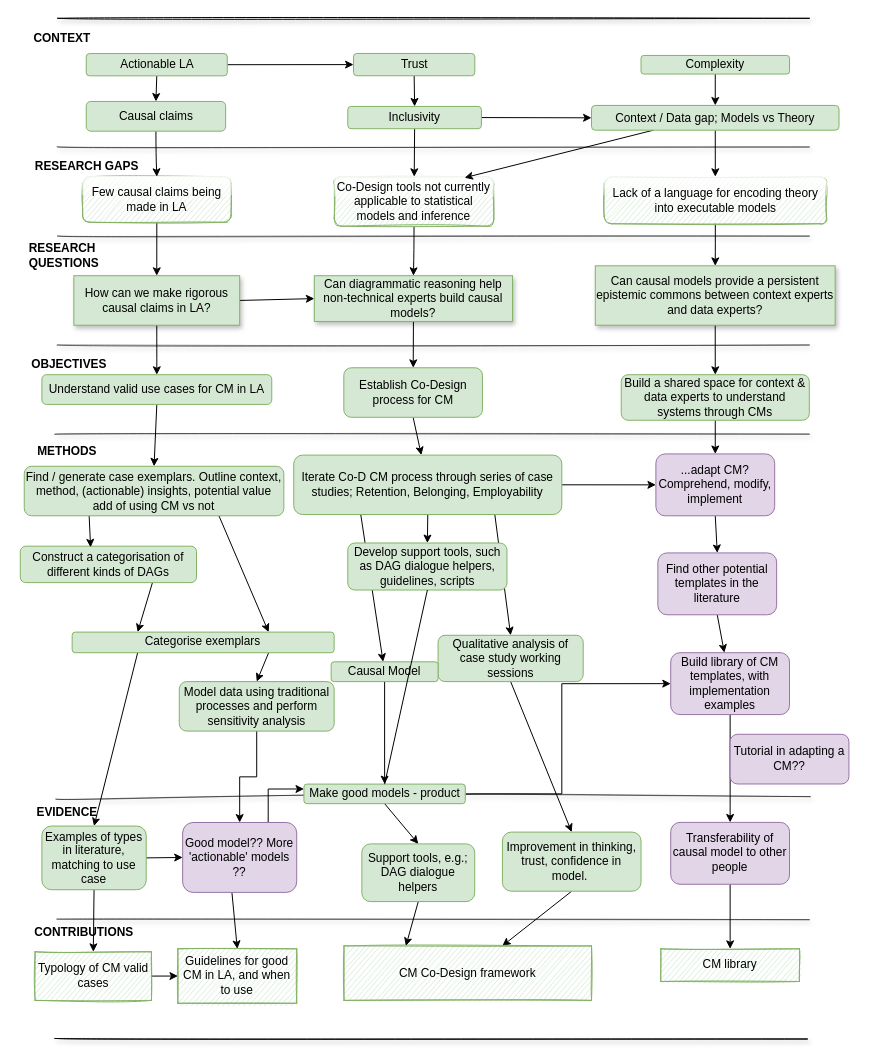
Earlier version of the draw.io diagram page "Page-6" (6 of 6) of Thesis diagram.drawio (benwhicks/phd). Source tidied: cells renumbered, new cells numbered last; positions are measured from the earlier drawing's top-left corner, leaving out a move shared by most shapes. Both pictures are drawn from the tidied source at 99%, with x=0, y=0 at pixel (20, 18).
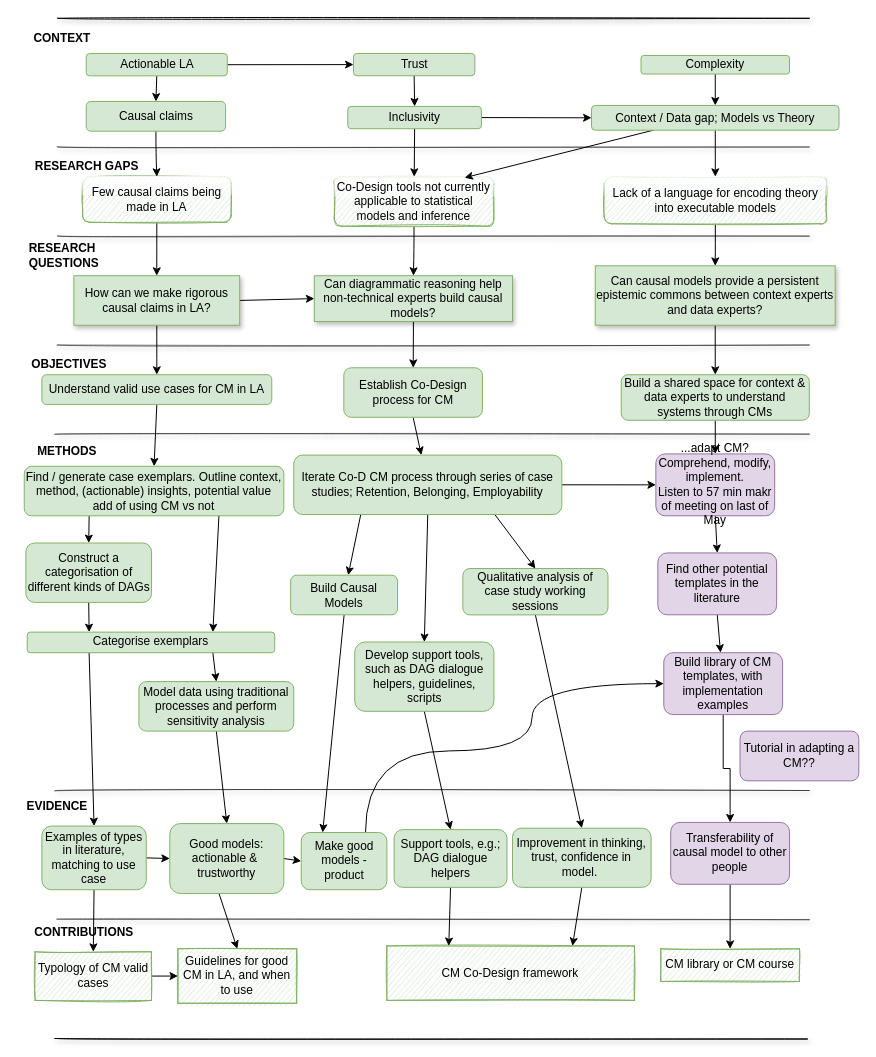
The same diagram, later.

Unchanged cells that the change refers to:
```xml
<mxCell id="83" value="Find / generate case exemplars. Outline context, method, (actionable) insights, potential value add of using CM vs not" style="rounded=1;whiteSpace=wrap;html=1;sketch=0;shadow=0;glass=0;fillColor=#d5e8d4;strokeColor=#82b366;" parent="1" vertex="1">
  <mxGeometry x="4" y="452.5" width="262.2" height="50" as="geometry" />
</mxCell>
```

Change to the diagram source:
```diff
@@
     <mxCell id="8" value="Qualitative analysis of case study working sessions" style="rounded=1;whiteSpace=wrap;html=1;fillColor=#d5e8d4;strokeColor=#82b366;" parent="1" vertex="1">
-      <mxGeometry x="422" y="623.2" width="146.6" height="46.8" as="geometry" />
+      <mxGeometry x="447" y="555.8" width="146.6" height="46.8" as="geometry" />
     </mxCell>
@@
     <mxCell id="18" value="EVIDENCE" style="text;html=1;align=center;verticalAlign=middle;strokeColor=none;fillColor=none;fontStyle=1;" parent="1" vertex="1">
-      <mxGeometry x="7" y="792.3" width="80" height="20" as="geometry" />
+      <mxGeometry x="-3" y="785.8" width="80" height="20" as="geometry" />
     </mxCell>
@@
-    <mxCell id="36" style="edgeStyle=none;rounded=0;jettySize=auto;html=1;exitX=0.5;exitY=1;exitDx=0;exitDy=0;" parent="1" edge="1" source="37" target="52">
+    <mxCell id="36" style="edgeStyle=none;rounded=0;jettySize=auto;html=1;exitX=0.5;exitY=1;exitDx=0;exitDy=0;entryX=0.75;entryY=0;entryDx=0;entryDy=0;" parent="1" edge="1" source="37" target="52">
       <mxGeometry relative="1" as="geometry" />
     </mxCell>
     <mxCell id="37" value="Improvement in thinking, trust, confidence in model.&amp;nbsp;" style="whiteSpace=wrap;html=1;rounded=1;shadow=0;glass=0;sketch=0;fillColor=#d5e8d4;strokeColor=#82b366;" parent="1" vertex="1">
-      <mxGeometry x="487" y="822" width="140" height="59.7" as="geometry" />
+      <mxGeometry x="497.2" y="818.1" width="140" height="59.7" as="geometry" />
     </mxCell>
@@
-    <mxCell id="43" style="endArrow=none;html=1;rounded=0;sketch=1;curved=1;shadow=1;opacity=50;startArrow=none;" parent="1" edge="1" source="100">
-      <mxGeometry relative="1" as="geometry">
-        <mxPoint x="798" y="786.2" as="targetPoint" />
-      </mxGeometry>
-    </mxCell>
@@
     <mxCell id="52" value="CM Co-Design framework" style="whiteSpace=wrap;html=1;rounded=0;shadow=0;glass=0;sketch=1;fillColor=#d5e8d4;strokeColor=#82b366;" parent="1" vertex="1">
-      <mxGeometry x="327" y="937" width="250" height="55" as="geometry" />
+      <mxGeometry x="370.3" y="937" width="250" height="55" as="geometry" />
     </mxCell>
@@
-    <mxCell id="55" style="edgeStyle=orthogonalEdgeStyle;rounded=0;jettySize=auto;html=1;exitX=0.75;exitY=0;exitDx=0;exitDy=0;entryX=0;entryY=0.25;entryDx=0;entryDy=0;" parent="1" edge="1" source="56" target="100">
+    <mxCell id="55" style="rounded=0;jettySize=auto;html=1;exitX=1;exitY=0.5;exitDx=0;exitDy=0;entryX=0;entryY=0.5;entryDx=0;entryDy=0;" parent="1" edge="1" source="56" target="100">
       <mxGeometry relative="1" as="geometry" />
     </mxCell>
-    <mxCell id="56" value="Good model?? More 'actionable' models ??" style="rounded=1;whiteSpace=wrap;html=1;sketch=0;fillColor=#e1d5e7;strokeColor=#9673a6;shadow=0;" parent="1" vertex="1">
-      <mxGeometry x="164" y="812.3" width="115.2" height="70.6" as="geometry" />
+    <mxCell id="56" value="Good models: actionable &amp;amp;&amp;nbsp; trustworthy" style="rounded=1;whiteSpace=wrap;html=1;sketch=0;fillColor=#d5e8d4;strokeColor=#82b366;shadow=0;" parent="1" vertex="1">
+      <mxGeometry x="151" y="813.4" width="115.2" height="70.6" as="geometry" />
     </mxCell>
@@
     <mxCell id="60" value="Support tools, e.g.; DAG dialogue helpers" style="rounded=1;whiteSpace=wrap;html=1;sketch=0;fillColor=#d5e8d4;strokeColor=#82b366;shadow=0;" parent="1" vertex="1">
-      <mxGeometry x="345" y="833.9" width="114" height="58.3" as="geometry" />
+      <mxGeometry x="377.6" y="819.5" width="114" height="58.3" as="geometry" />
     </mxCell>
-    <mxCell id="61" style="edgeStyle=orthogonalEdgeStyle;rounded=0;jumpStyle=none;jettySize=auto;html=1;exitX=1;exitY=0.5;exitDx=0;exitDy=0;entryX=0;entryY=0.5;entryDx=0;entryDy=0;fontFamily=Helvetica;fontSize=12;" parent="1" edge="1" source="100" target="92">
+    <mxCell id="61" style="rounded=0;jumpStyle=none;jettySize=auto;html=1;exitX=0.75;exitY=0;exitDx=0;exitDy=0;entryX=0;entryY=0.5;entryDx=0;entryDy=0;fontFamily=Helvetica;fontSize=12;edgeStyle=orthogonalEdgeStyle;curved=1;" parent="1" edge="1" source="100" target="92">
       <mxGeometry relative="1" as="geometry">
         <Array as="points">
-          <mxPoint x="547" y="783" />
-          <mxPoint x="547" y="672" />
+          <mxPoint x="349" y="740" />
+          <mxPoint x="517" y="740" />
+          <mxPoint x="517" y="672" />
         </Array>
       </mxGeometry>
     </mxCell>
@@
-    <mxCell id="64" value="CM library" style="whiteSpace=wrap;html=1;rounded=0;shadow=0;glass=0;sketch=1;fillColor=#d5e8d4;strokeColor=#82b366;" parent="1" vertex="1">
+    <mxCell id="64" value="CM library or CM course" style="whiteSpace=wrap;html=1;rounded=0;shadow=0;glass=0;sketch=1;fillColor=#d5e8d4;strokeColor=#82b366;" parent="1" vertex="1">
       <mxGeometry x="647" y="939.9" width="140" height="33" as="geometry" />
     </mxCell>
@@
-    <mxCell id="74" style="edgeStyle=orthogonalEdgeStyle;rounded=0;jettySize=auto;html=1;exitX=0.5;exitY=1;exitDx=0;exitDy=0;entryX=0.5;entryY=0;entryDx=0;entryDy=0;" parent="1" edge="1" source="75" target="56">
+    <mxCell id="74" style="rounded=0;jettySize=auto;html=1;exitX=0.5;exitY=1;exitDx=0;exitDy=0;entryX=0.5;entryY=0;entryDx=0;entryDy=0;" parent="1" edge="1" source="75" target="56">
       <mxGeometry relative="1" as="geometry" />
     </mxCell>
     <mxCell id="75" value="Model data using traditional processes and perform sensitivity analysis" style="rounded=1;whiteSpace=wrap;html=1;sketch=0;shadow=0;glass=0;fillColor=#d5e8d4;strokeColor=#82b366;" parent="1" vertex="1">
-      <mxGeometry x="160.6" y="670" width="156.4" height="50" as="geometry" />
+      <mxGeometry x="119.8" y="670" width="156.4" height="50" as="geometry" />
     </mxCell>
-    <mxCell id="76" style="rounded=0;jettySize=auto;html=1;exitX=0.75;exitY=1;exitDx=0;exitDy=0;entryX=0.25;entryY=0;entryDx=0;entryDy=0;" parent="1" edge="1" source="77" target="95">
+    <mxCell id="76" style="rounded=0;jettySize=auto;html=1;exitX=0.5;exitY=1;exitDx=0;exitDy=0;entryX=0.25;entryY=0;entryDx=0;entryDy=0;" parent="1" edge="1" source="77" target="95">
       <mxGeometry relative="1" as="geometry" />
     </mxCell>
     <mxCell id="77" value="Construct a categorisation of different kinds of DAGs" style="rounded=1;whiteSpace=wrap;html=1;sketch=0;shadow=0;glass=0;fillColor=#d5e8d4;strokeColor=#82b366;" parent="1" vertex="1">
-      <mxGeometry y="533.2" width="178" height="36.8" as="geometry" />
+      <mxGeometry x="5.6" y="530" width="127" height="60" as="geometry" />
     </mxCell>
@@
-    <mxCell id="82" style="edgeStyle=none;rounded=0;jettySize=auto;html=1;exitX=0.25;exitY=1;exitDx=0;exitDy=0;entryX=0.399;entryY=0.031;entryDx=0;entryDy=0;entryPerimeter=0;" parent="1" edge="1" source="83" target="77">
+    <mxCell id="82" style="edgeStyle=none;rounded=0;jettySize=auto;html=1;entryX=0.5;entryY=0;entryDx=0;entryDy=0;exitX=0.25;exitY=1;exitDx=0;exitDy=0;" parent="1" edge="1" source="83" target="77">
       <mxGeometry relative="1" as="geometry" />
     </mxCell>
@@
-    <mxCell id="85" style="edgeStyle=none;rounded=0;jumpStyle=none;jettySize=auto;html=1;exitX=0.5;exitY=1;exitDx=0;exitDy=0;entryX=0.5;entryY=0;entryDx=0;entryDy=0;fontFamily=Helvetica;fontSize=12;startArrow=none;" parent="1" edge="1" source="100" target="60">
+    <mxCell id="85" style="edgeStyle=none;rounded=0;jumpStyle=none;jettySize=auto;html=1;exitX=0.5;exitY=1;exitDx=0;exitDy=0;entryX=0.5;entryY=0;entryDx=0;entryDy=0;fontFamily=Helvetica;fontSize=12;startArrow=none;" parent="1" edge="1" source="86" target="60">
       <mxGeometry relative="1" as="geometry" />
     </mxCell>
     <mxCell id="86" value="Develop support tools, such as DAG dialogue helpers, guidelines, scripts" style="rounded=1;whiteSpace=wrap;html=1;fillColor=#d5e8d4;strokeColor=#82b366;" parent="1" vertex="1">
-      <mxGeometry x="330.8" y="530" width="160.8" height="47.5" as="geometry" />
+      <mxGeometry x="337.8" y="630" width="140.6" height="70" as="geometry" />
     </mxCell>
@@
-    <mxCell id="88" value="...adapt CM? Comprehend, modify, implement" style="whiteSpace=wrap;html=1;rounded=1;shadow=0;glass=0;sketch=0;fillColor=#e1d5e7;strokeColor=#9673a6;" parent="1" vertex="1">
+    <mxCell id="88" value="...adapt CM? Comprehend, modify, implement.&lt;br&gt;Listen to 57 min makr of meeting on last of May" style="whiteSpace=wrap;html=1;rounded=1;shadow=0;glass=0;sketch=0;fillColor=#e1d5e7;strokeColor=#9673a6;" parent="1" vertex="1">
       <mxGeometry x="642" y="440" width="120" height="62.5" as="geometry" />
     </mxCell>
@@
     <mxCell id="92" value="Build library of CM templates, with implementation examples" style="whiteSpace=wrap;html=1;rounded=1;shadow=0;glass=0;sketch=0;fillColor=#e1d5e7;strokeColor=#9673a6;" parent="1" vertex="1">
-      <mxGeometry x="657" y="640.8" width="120" height="62.5" as="geometry" />
+      <mxGeometry x="650" y="640.8" width="120" height="62.5" as="geometry" />
     </mxCell>
@@
     <mxCell id="95" value="Categorise exemplars" style="rounded=1;whiteSpace=wrap;html=1;sketch=0;shadow=0;glass=0;fillColor=#d5e8d4;strokeColor=#82b366;" parent="1" vertex="1">
-      <mxGeometry x="52.4" y="620" width="264.6" height="20.8" as="geometry" />
+      <mxGeometry x="7" y="620" width="250" height="20.8" as="geometry" />
     </mxCell>
-    <mxCell id="96" style="edgeStyle=none;rounded=0;jettySize=auto;html=1;exitX=0.5;exitY=1;exitDx=0;exitDy=0;" parent="1" edge="1" source="97" target="100">
+    <mxCell id="96" style="edgeStyle=none;rounded=0;jettySize=auto;html=1;exitX=0.5;exitY=1;exitDx=0;exitDy=0;entryX=0.25;entryY=0;entryDx=0;entryDy=0;" parent="1" edge="1" source="97" target="100">
       <mxGeometry relative="1" as="geometry" />
     </mxCell>
-    <mxCell id="97" value="Causal Model" style="whiteSpace=wrap;html=1;rounded=1;shadow=0;glass=0;sketch=0;fillColor=#d5e8d4;strokeColor=#82b366;" parent="1" vertex="1">
-      <mxGeometry x="314" y="650" width="108" height="20" as="geometry" />
+    <mxCell id="97" value="Build Causal Models" style="whiteSpace=wrap;html=1;rounded=1;shadow=0;glass=0;sketch=0;fillColor=#d5e8d4;strokeColor=#82b366;" parent="1" vertex="1">
+      <mxGeometry x="273.1" y="562.5" width="108" height="40" as="geometry" />
     </mxCell>
     <mxCell id="98" value="Tutorial in adapting a CM??" style="whiteSpace=wrap;html=1;rounded=1;shadow=0;glass=0;sketch=0;fillColor=#e1d5e7;strokeColor=#9673a6;" parent="1" vertex="1">
-      <mxGeometry x="717" y="723.2" width="120" height="50.2" as="geometry" />
+      <mxGeometry x="727" y="720" width="120" height="50.2" as="geometry" />
     </mxCell>
-    <mxCell id="99" style="endArrow=none;html=1;rounded=0;sketch=1;curved=1;shadow=1;opacity=50;" parent="1" edge="1" target="100">
-      <mxGeometry relative="1" as="geometry">
-        <mxPoint x="35.5" y="788.8" as="sourcePoint" />
-      </mxGeometry>
-    </mxCell>
     <mxCell id="100" value="Make good models - product" style="rounded=1;whiteSpace=wrap;html=1;sketch=0;fillColor=#d5e8d4;strokeColor=#82b366;shadow=0;" parent="1" vertex="1">
-      <mxGeometry x="286.5" y="773.5" width="163" height="19.8" as="geometry" />
+      <mxGeometry x="283.8" y="822.4" width="86.5" height="57.8" as="geometry" />
     </mxCell>
-    <mxCell id="101" style="edgeStyle=none;rounded=0;jumpStyle=none;jettySize=auto;html=1;exitX=0.5;exitY=1;exitDx=0;exitDy=0;entryX=0.5;entryY=0;entryDx=0;entryDy=0;fontFamily=Helvetica;fontSize=12;endArrow=none;" parent="1" edge="1" source="86" target="100">
-      <mxGeometry relative="1" as="geometry" />
-    </mxCell>
+    <mxCell id="102" style="endArrow=none;html=1;rounded=0;sketch=1;curved=1;shadow=1;opacity=50;" parent="1" edge="1">
+      <mxGeometry relative="1" as="geometry">
+        <mxPoint x="34.5" y="780" as="sourcePoint" />
+        <mxPoint x="797" y="780" as="targetPoint" />
+      </mxGeometry>
+    </mxCell>
```
